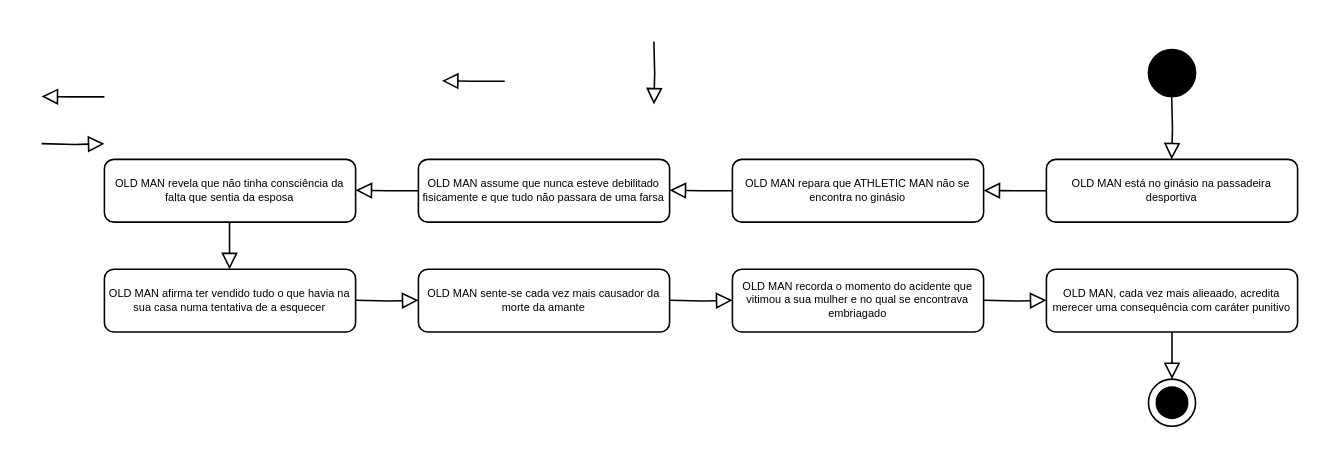
This is drawio/diagrams/files/diaVI.drawio from Anth0nyPereira/onegai, a draw.io file, before an edit. Source tidied: cells renumbered, new cells numbered last; positions are measured from the earlier drawing's top-left corner, leaving out a move shared by most shapes. Both pictures are drawn from the tidied source at 157%, with x=0, y=0 at pixel (41, 41).
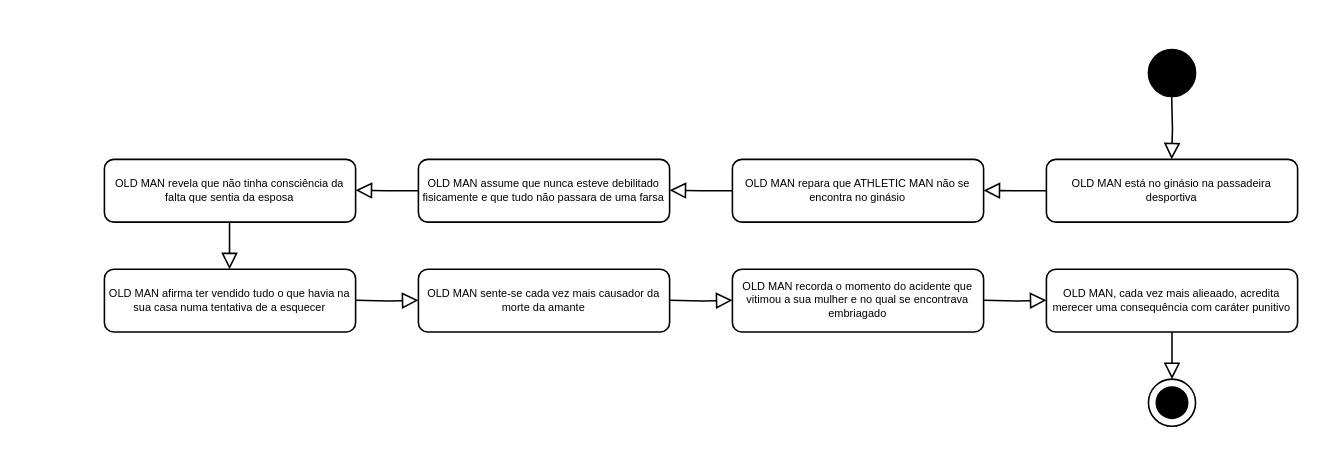
Above is the later version.

Change to the diagram source:
```diff
@@
-    <mxCell id="2" style="rounded=0;html=1;jettySize=auto;orthogonalLoop=1;fontSize=7;endArrow=block;endFill=0;endSize=8;strokeWidth=1;shadow=0;labelBackgroundColor=none;edgeStyle=orthogonalEdgeStyle;" parent="1" edge="1">
-      <mxGeometry y="20" relative="1" as="geometry">
-        <mxPoint x="390" as="sourcePoint" />
-        <mxPoint x="390" y="40" as="targetPoint" />
-      </mxGeometry>
-    </mxCell>
@@
-    <mxCell id="7" style="rounded=0;html=1;jettySize=auto;orthogonalLoop=1;fontSize=7;endArrow=block;endFill=0;endSize=8;strokeWidth=1;shadow=0;labelBackgroundColor=none;edgeStyle=orthogonalEdgeStyle;exitX=0;exitY=0.5;exitDx=0;exitDy=0;" parent="1" edge="1">
-      <mxGeometry y="20" relative="1" as="geometry">
-        <mxPoint x="40" y="35.2" as="sourcePoint" />
-        <mxPoint y="35" as="targetPoint" />
-        <Array as="points">
-          <mxPoint x="20" y="35" />
-        </Array>
-      </mxGeometry>
-    </mxCell>
-    <mxCell id="8" style="rounded=0;html=1;jettySize=auto;orthogonalLoop=1;fontSize=7;endArrow=block;endFill=0;endSize=8;strokeWidth=1;shadow=0;labelBackgroundColor=none;edgeStyle=orthogonalEdgeStyle;exitX=0.5;exitY=1;exitDx=0;exitDy=0;entryX=0;entryY=0.5;entryDx=0;entryDy=0;" parent="1" edge="1">
-      <mxGeometry y="20" relative="1" as="geometry">
-        <mxPoint y="65" as="sourcePoint" />
-        <mxPoint x="40" y="65.1" as="targetPoint" />
-      </mxGeometry>
-    </mxCell>
-    <mxCell id="9" style="rounded=0;html=1;jettySize=auto;orthogonalLoop=1;fontSize=7;endArrow=block;endFill=0;endSize=8;strokeWidth=1;shadow=0;labelBackgroundColor=none;edgeStyle=orthogonalEdgeStyle;exitX=0;exitY=0.5;exitDx=0;exitDy=0;" parent="1" edge="1">
-      <mxGeometry y="20" relative="1" as="geometry">
-        <mxPoint x="295" y="25.2" as="sourcePoint" />
-        <mxPoint x="255" y="25" as="targetPoint" />
-        <Array as="points">
-          <mxPoint x="275" y="25" />
-        </Array>
-      </mxGeometry>
-    </mxCell>
```
